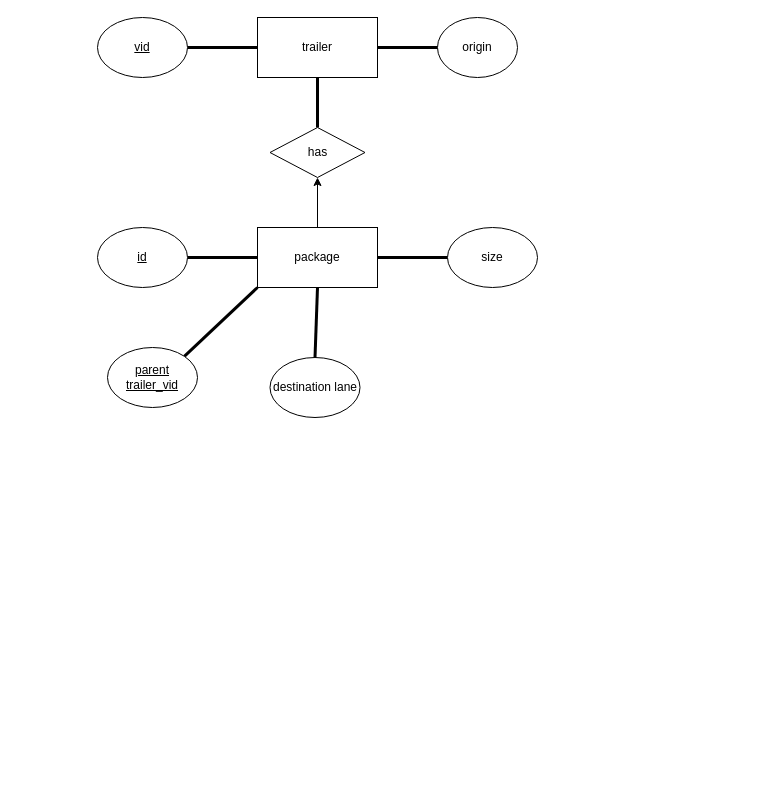
This is app/diagram.drawio from JordanThielman/trailer_to_lane, a draw.io file, before an edit. Source tidied: cells renumbered, new cells numbered last; positions are measured from the earlier drawing's top-left corner, leaving out a move shared by most shapes. Both pictures are drawn from the tidied source at 100%, with x=0, y=0 at pixel (97, 17).
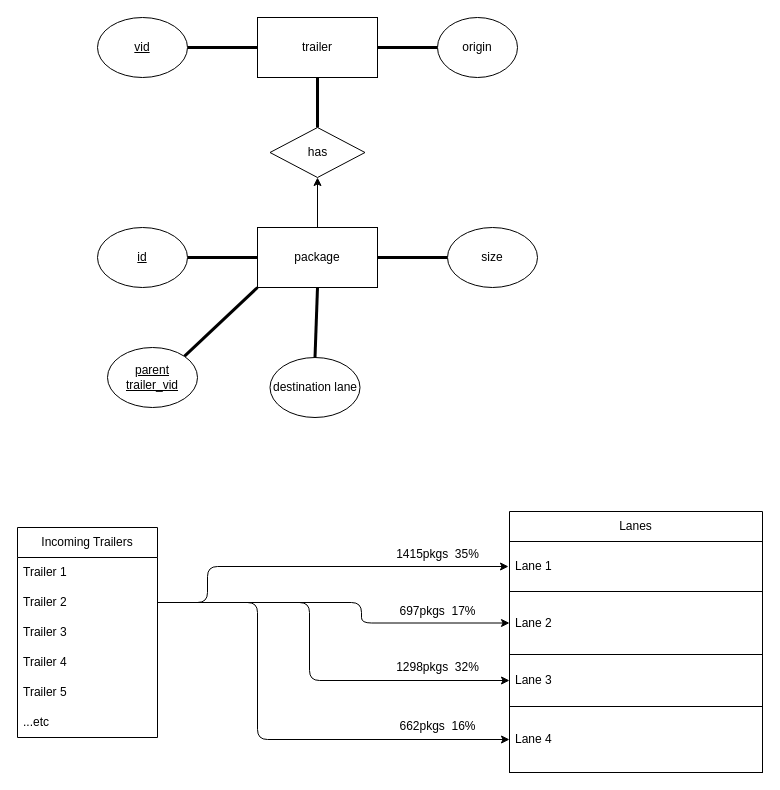
Above is the later version.

Diff of the diagram source:
```diff
@@
+    <mxCell id="19" value="Incoming Trailers" style="swimlane;fontStyle=0;horizontal=1;startSize=30;whiteSpace=wrap;html=1;" parent="1" vertex="1">
+      <mxGeometry x="-80" y="510" width="140" height="210" as="geometry" />
+    </mxCell>
+    <mxCell id="20" value="Trailer 1" style="text;strokeColor=none;fillColor=none;align=left;verticalAlign=middle;spacingLeft=4;spacingRight=4;overflow=hidden;whiteSpace=wrap;html=1;" parent="19" vertex="1">
+      <mxGeometry y="30" width="140" height="30" as="geometry" />
+    </mxCell>
+    <mxCell id="21" value="Trailer 2" style="text;strokeColor=none;fillColor=none;align=left;verticalAlign=middle;spacingLeft=4;spacingRight=4;overflow=hidden;points=[[0,0.5],[1,0.5]];portConstraint=eastwest;whiteSpace=wrap;html=1;" parent="19" vertex="1">
+      <mxGeometry y="60" width="140" height="30" as="geometry" />
+    </mxCell>
+    <mxCell id="22" value="Trailer 3" style="text;strokeColor=none;fillColor=none;align=left;verticalAlign=middle;spacingLeft=4;spacingRight=4;overflow=hidden;whiteSpace=wrap;html=1;" parent="19" vertex="1">
+      <mxGeometry y="90" width="140" height="30" as="geometry" />
+    </mxCell>
+    <mxCell id="23" value="Trailer 4" style="text;strokeColor=none;fillColor=none;align=left;verticalAlign=middle;spacingLeft=4;spacingRight=4;overflow=hidden;whiteSpace=wrap;html=1;" parent="19" vertex="1">
+      <mxGeometry y="120" width="140" height="30" as="geometry" />
+    </mxCell>
+    <mxCell id="24" value="Trailer 5" style="text;strokeColor=none;fillColor=none;align=left;verticalAlign=middle;spacingLeft=4;spacingRight=4;overflow=hidden;whiteSpace=wrap;html=1;" parent="19" vertex="1">
+      <mxGeometry y="150" width="140" height="30" as="geometry" />
+    </mxCell>
+    <mxCell id="25" value="...etc" style="text;strokeColor=none;fillColor=none;align=left;verticalAlign=middle;spacingLeft=4;spacingRight=4;overflow=hidden;whiteSpace=wrap;html=1;" parent="19" vertex="1">
+      <mxGeometry y="180" width="140" height="30" as="geometry" />
+    </mxCell>
+    <mxCell id="26" value="Lanes" style="swimlane;fontStyle=0;horizontal=1;startSize=30;whiteSpace=wrap;html=1;" parent="1" vertex="1">
+      <mxGeometry x="412" y="494" width="253" height="261" as="geometry" />
+    </mxCell>
+    <mxCell id="27" value="Lane 1" style="text;strokeColor=default;fillColor=none;align=left;verticalAlign=middle;spacingLeft=4;spacingRight=4;overflow=hidden;points=[[0,0.5],[1,0.5]];portConstraint=eastwest;whiteSpace=wrap;html=1;perimeterSpacing=1;" parent="26" vertex="1">
+      <mxGeometry y="30" width="253" height="50" as="geometry" />
+    </mxCell>
+    <mxCell id="28" value="Lane 2" style="text;strokeColor=default;fillColor=none;align=left;verticalAlign=middle;spacingLeft=4;spacingRight=4;overflow=hidden;points=[[0,0.5],[1,0.5]];portConstraint=eastwest;whiteSpace=wrap;html=1;" parent="26" vertex="1">
+      <mxGeometry y="80" width="253" height="63" as="geometry" />
+    </mxCell>
+    <mxCell id="29" value="Lane 3" style="text;strokeColor=default;fillColor=none;align=left;verticalAlign=middle;spacingLeft=4;spacingRight=4;overflow=hidden;points=[[0,0.5],[1,0.5]];portConstraint=eastwest;whiteSpace=wrap;html=1;" parent="26" vertex="1">
+      <mxGeometry y="143" width="253" height="52" as="geometry" />
+    </mxCell>
+    <mxCell id="30" value="Lane 4" style="text;strokeColor=default;fillColor=none;align=left;verticalAlign=middle;spacingLeft=4;spacingRight=4;overflow=hidden;points=[[0,0.5],[1,0.5]];portConstraint=eastwest;whiteSpace=wrap;html=1;" parent="26" vertex="1">
+      <mxGeometry y="195" width="253" height="66" as="geometry" />
+    </mxCell>
+    <mxCell id="31" style="edgeStyle=elbowEdgeStyle;html=1;exitX=1;exitY=0.5;exitDx=0;exitDy=0;entryX=0;entryY=0.5;entryDx=0;entryDy=0;" parent="1" edge="1" source="21" target="27">
+      <mxGeometry relative="1" as="geometry">
+        <Array as="points">
+          <mxPoint x="110" y="560" />
+        </Array>
+      </mxGeometry>
+    </mxCell>
+    <mxCell id="32" style="edgeStyle=elbowEdgeStyle;html=1;exitX=1;exitY=0.5;exitDx=0;exitDy=0;entryX=0;entryY=0.5;entryDx=0;entryDy=0;" parent="1" edge="1" source="21" target="29">
+      <mxGeometry relative="1" as="geometry">
+        <Array as="points">
+          <mxPoint x="212" y="613" />
+        </Array>
+      </mxGeometry>
+    </mxCell>
+    <mxCell id="33" style="edgeStyle=elbowEdgeStyle;html=1;entryX=0;entryY=0.5;entryDx=0;entryDy=0;" parent="1" edge="1" source="21" target="30">
+      <mxGeometry relative="1" as="geometry">
+        <Array as="points">
+          <mxPoint x="160" y="620" />
+          <mxPoint x="210" y="630" />
+        </Array>
+      </mxGeometry>
+    </mxCell>
+    <mxCell id="34" value="1415pkgs&amp;nbsp; 35%" style="text;html=1;strokeColor=none;fillColor=none;align=center;verticalAlign=middle;whiteSpace=wrap;rounded=0;" parent="1" vertex="1">
+      <mxGeometry x="284" y="522" width="113" height="30" as="geometry" />
+    </mxCell>
+    <mxCell id="35" style="edgeStyle=elbowEdgeStyle;html=1;exitX=1;exitY=0.5;exitDx=0;exitDy=0;entryX=0;entryY=0.5;entryDx=0;entryDy=0;" parent="1" edge="1" source="21" target="28">
+      <mxGeometry relative="1" as="geometry">
+        <Array as="points">
+          <mxPoint x="264" y="594" />
+        </Array>
+      </mxGeometry>
+    </mxCell>
+    <mxCell id="36" value="697pkgs&amp;nbsp; 17%" style="text;html=1;strokeColor=none;fillColor=none;align=center;verticalAlign=middle;whiteSpace=wrap;rounded=0;" parent="1" vertex="1">
+      <mxGeometry x="284" y="579" width="113" height="30" as="geometry" />
+    </mxCell>
+    <mxCell id="37" value="1298pkgs&amp;nbsp; 32%" style="text;html=1;strokeColor=none;fillColor=none;align=center;verticalAlign=middle;whiteSpace=wrap;rounded=0;" parent="1" vertex="1">
+      <mxGeometry x="284" y="635" width="113" height="30" as="geometry" />
+    </mxCell>
+    <mxCell id="38" value="662pkgs&amp;nbsp; 16%" style="text;html=1;strokeColor=none;fillColor=none;align=center;verticalAlign=middle;whiteSpace=wrap;rounded=0;" parent="1" vertex="1">
+      <mxGeometry x="284" y="694" width="113" height="30" as="geometry" />
+    </mxCell>
```
